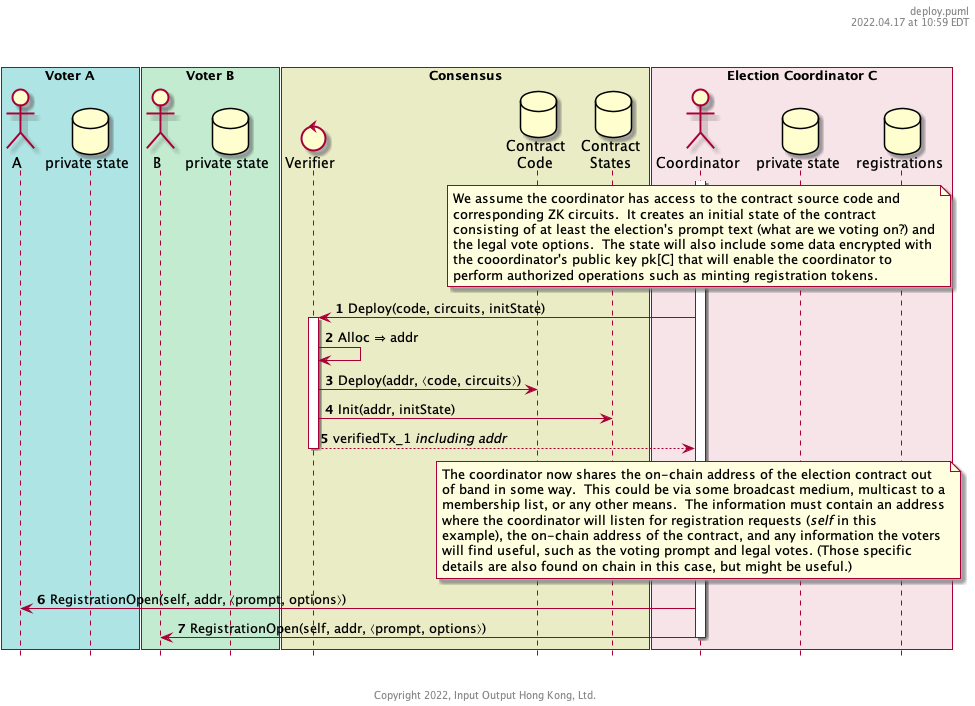
The PlantUML diagram example-dapps/evoting/deploy.png in midnightntwrk/midnight-architecture, before a commit. Source of this version:
```plantuml
@startuml
autonumber
hide footbox

header %filename()\n%date("yyyy.MM.dd' at 'HH:mm z")\n\n\n

!include participants.puml

activate C
        note over C #lightyellow
                We assume the coordinator has access to the contract source code and
                corresponding ZK circuits.  It creates an initial state of the contract
                consisting of at least the election's prompt text (what are we voting on?) and
                the legal vote options.  The state will also include some data encrypted with
                the cooordinator's public key pk[C] that will enable the coordinator to
                perform authorized operations such as minting registration tokens.
        end note
        C -> verifier ++ : Deploy(code, circuits, initState)
        verifier -> verifier : Alloc ⇒ addr
        verifier -> contracts : Deploy(addr, ⟨code, circuits⟩)
        verifier -> state : Init(addr, initState)
        verifier --> C -- : verifiedTx_1 //including addr//

        note over C #lightyellow
                The coordinator now shares the on-chain address of the election contract out
                of band in some way.  This could be via some broadcast medium, multicast to a
                membership list, or any other means.  The information must contain an address
                where the coordinator will listen for registration requests (//self// in this
                example), the on-chain address of the contract, and any information the voters
                will find useful, such as the voting prompt and legal votes. (Those specific
                details are also found on chain in this case, but might be useful.)
        end note

        C -> A : RegistrationOpen(self, addr, ⟨prompt, options⟩)
        C -> B : RegistrationOpen(self, addr, ⟨prompt, options⟩)
deactivate C




footer \n\n\nCopyright %date("yyyy"), Input Output Hong Kong, Ltd.


@enduml
```
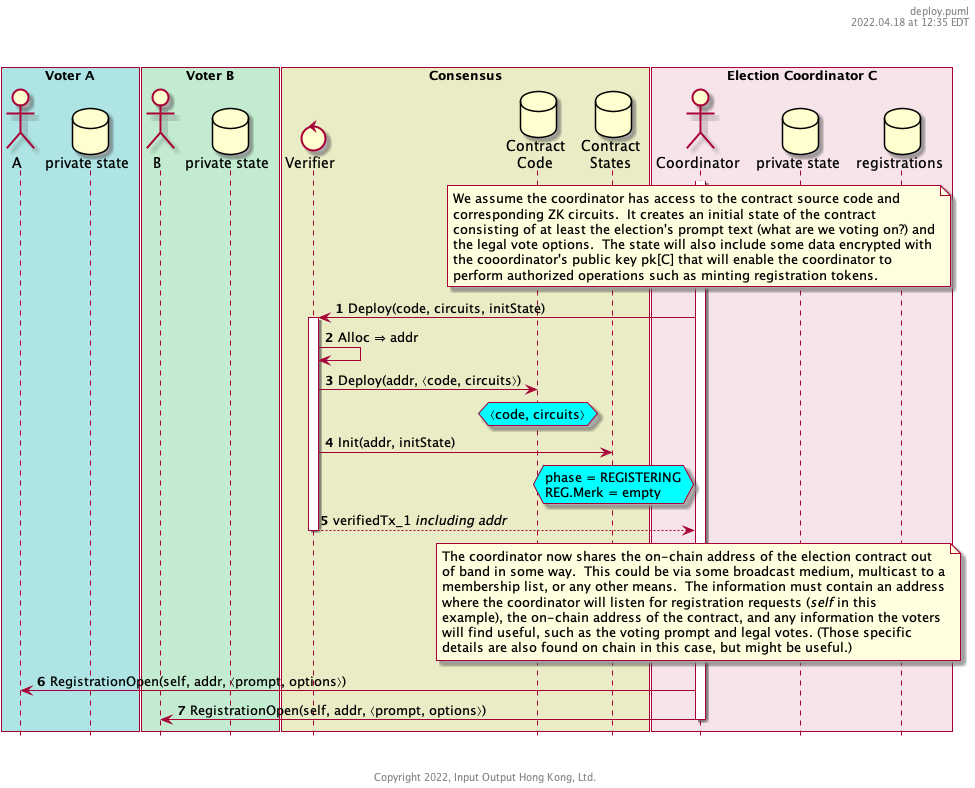
After the change.

Commit message:
lots more explict state in flows

Change to the diagram source:
```diff
@@ -18,7 +18,14 @@
         C -> verifier ++ : Deploy(code, circuits, initState)
         verifier -> verifier : Alloc ⇒ addr
         verifier -> contracts : Deploy(addr, ⟨code, circuits⟩)
+        hnote over contracts #aqua
+                ⟨code, circuits⟩
+        end note
         verifier -> state : Init(addr, initState)
+        hnote over state #aqua
+                phase = REGISTERING
+                REG.Merk = empty
+        end note
         verifier --> C -- : verifiedTx_1 //including addr//
 
         note over C #lightyellow
```
